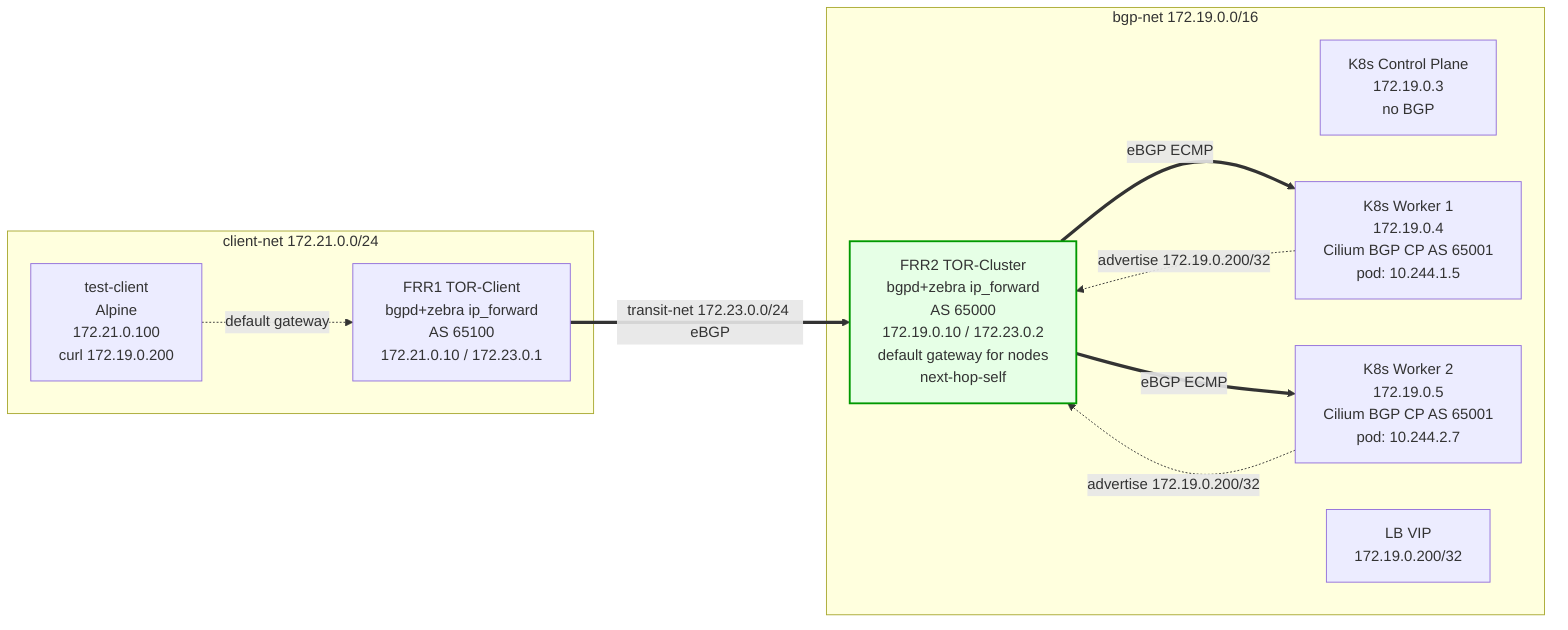
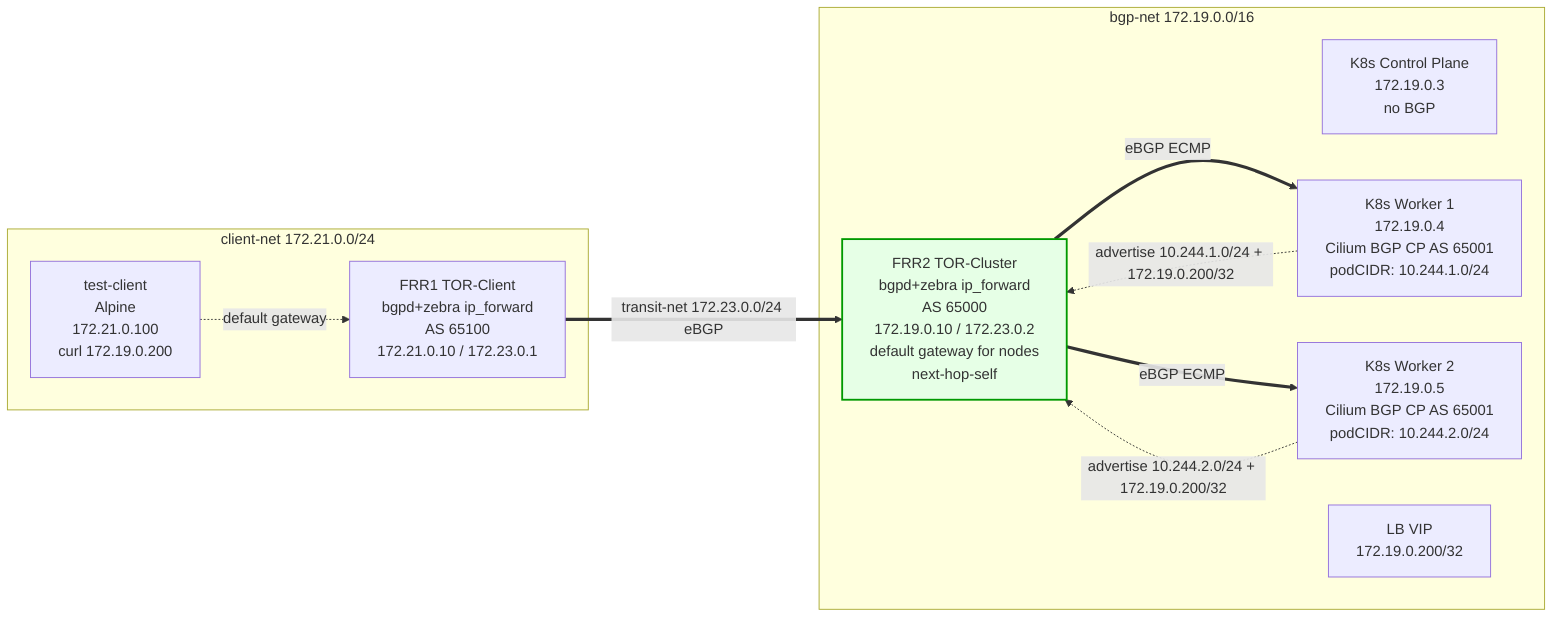
graph LR
    subgraph CN["client-net 172.21.0.0/24"]
        CL["test-client
            Alpine
            172.21.0.100
            curl 172.19.0.200"]
        F1["FRR1 TOR-Client
            bgpd+zebra ip_forward
            AS 65100
            172.21.0.10 / 172.23.0.1"]
    end

    F1 ==>|transit-net 172.23.0.0/24 eBGP| F2

    subgraph BN["bgp-net 172.19.0.0/16"]
        F2["FRR2 TOR-Cluster
            bgpd+zebra ip_forward
            AS 65000
            172.19.0.10 / 172.23.0.2
            default gateway for nodes
            next-hop-self"]
        CP["K8s Control Plane
            172.19.0.3
            no BGP"]
        WK["K8s Worker 1
            172.19.0.4
            Cilium BGP CP AS 65001
-             pod: 10.244.1.5"]
+             podCIDR: 10.244.1.0/24"]
        WK2["K8s Worker 2
            172.19.0.5
            Cilium BGP CP AS 65001
-             pod: 10.244.2.7"]
+             podCIDR: 10.244.2.0/24"]
        LB["LB VIP
            172.19.0.200/32"]
    end

    F2 ==>|eBGP ECMP| WK
    F2 ==>|eBGP ECMP| WK2

-     WK -.->|advertise 172.19.0.200/32| F2
-     WK2 -.->|advertise 172.19.0.200/32| F2
+     WK -.->|advertise 10.244.1.0/24 + 172.19.0.200/32| F2
+     WK2 -.->|advertise 10.244.2.0/24 + 172.19.0.200/32| F2

    CL -.->|default gateway| F1

    style F2 fill:#e6ffe6,stroke:#090,stroke-width:2px
